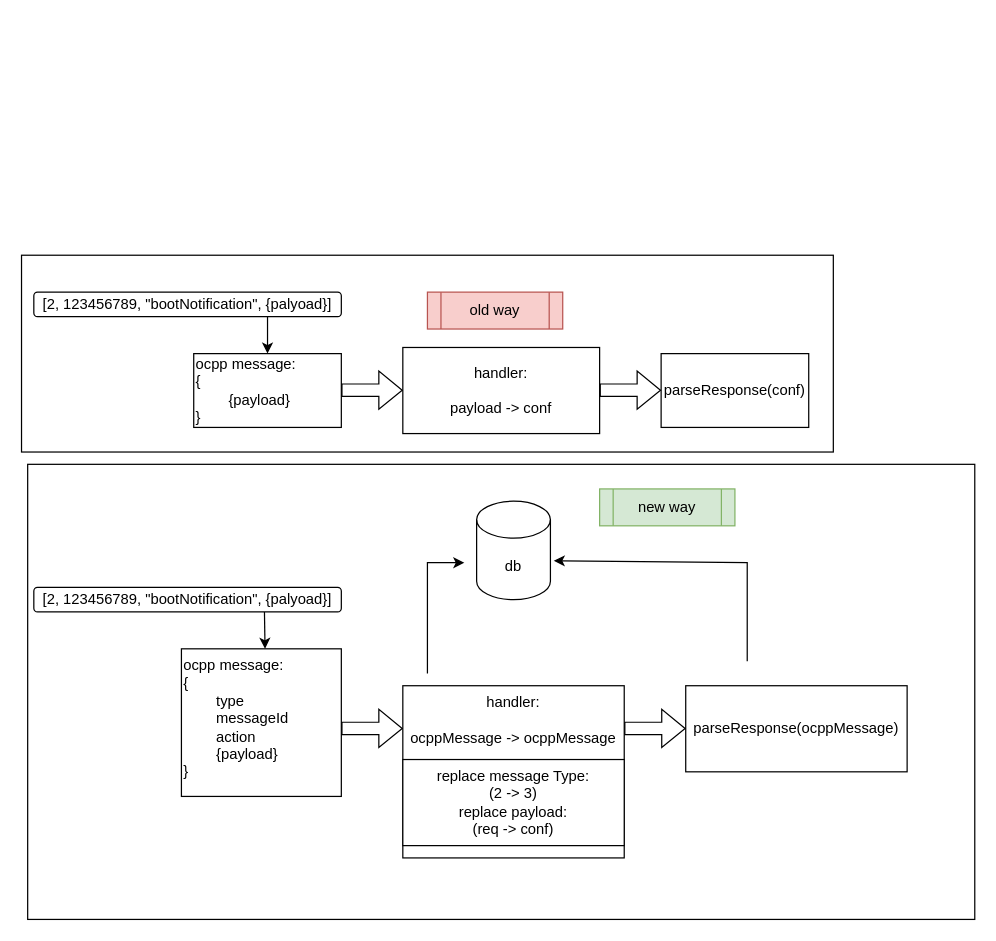
Before: ocppRefactor.drawio in stefanszeke/diargrams_io, a draw.io diagram. Source tidied: cells renumbered, new cells numbered last; positions are measured from the earlier drawing's top-left corner, leaving out a move shared by most shapes. Both pictures are drawn from the tidied source at 123%, with x=0, y=0 at pixel (21, 255).
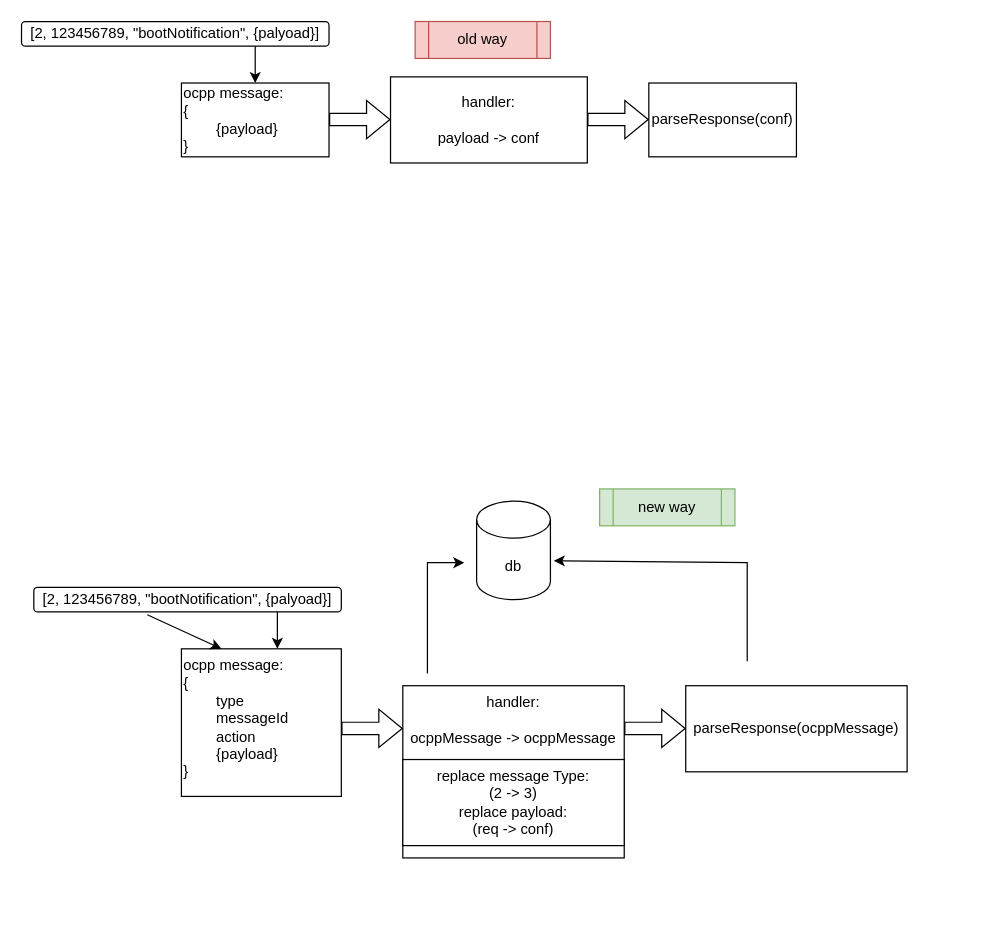
The same page after the edit.

Unchanged cells that the change refers to:
```xml
<mxCell id="5" value="ocpp message:&lt;br&gt;&lt;div&gt;{&lt;/div&gt;&lt;div&gt;&lt;span style=&quot;white-space: pre;&quot;&gt;&#9;&lt;/span&gt;type&lt;/div&gt;&lt;div&gt;&lt;span style=&quot;white-space: pre;&quot;&gt;&#9;&lt;/span&gt;messageId&lt;/div&gt;&lt;div&gt;&lt;span style=&quot;white-space: pre;&quot;&gt;&#9;&lt;/span&gt;action&lt;/div&gt;&lt;div&gt;&lt;span style=&quot;white-space: pre;&quot;&gt;&#9;&lt;/span&gt;{payload}&lt;br&gt;&lt;/div&gt;&lt;div&gt;&lt;div&gt;}&lt;br&gt;&lt;/div&gt;&lt;br&gt;&lt;/div&gt;" style="rounded=0;whiteSpace=wrap;html=1;align=left;horizontal=1;verticalAlign=top;" parent="1" vertex="1">
  <mxGeometry x="130" y="320" width="130" height="120" as="geometry" />
</mxCell>
<mxCell id="7" value="[2, 123456789, &quot;bootNotification&quot;, {palyoad}]" style="rounded=1;whiteSpace=wrap;html=1;" parent="1" vertex="1">
  <mxGeometry x="10" y="270" width="250" height="20" as="geometry" />
</mxCell>
```

Change to the diagram source:
```diff
@@
-    <mxCell id="2" style="rounded=0;whiteSpace=wrap;html=1;fillColor=none;strokeColor=default;" parent="1" vertex="1">
-      <mxGeometry width="660" height="160" as="geometry" />
-    </mxCell>
-    <mxCell id="3" style="rounded=0;whiteSpace=wrap;html=1;fillColor=none;strokeColor=default;" parent="1" vertex="1">
-      <mxGeometry x="5" y="170" width="770" height="370" as="geometry" />
-    </mxCell>
     <mxCell id="4" value="&lt;div align=&quot;left&quot;&gt;ocpp message:&lt;/div&gt;&lt;div align=&quot;left&quot;&gt;{&lt;/div&gt;&lt;div align=&quot;left&quot;&gt;&lt;span style=&quot;white-space: pre;&quot;&gt;&#9;&lt;/span&gt;{payload}&lt;/div&gt;&lt;div align=&quot;left&quot;&gt;}&lt;br&gt;&lt;/div&gt;" style="rounded=0;whiteSpace=wrap;html=1;align=left;" parent="1" vertex="1">
-      <mxGeometry x="140" y="80" width="120" height="60" as="geometry" />
+      <mxGeometry x="130" y="-140" width="120" height="60" as="geometry" />
     </mxCell>
@@
     <mxCell id="6" value="[2, 123456789, &quot;bootNotification&quot;, {palyoad}]" style="rounded=1;whiteSpace=wrap;html=1;" parent="1" vertex="1">
-      <mxGeometry x="10" y="30" width="250" height="20" as="geometry" />
+      <mxGeometry y="-190" width="250" height="20" as="geometry" />
     </mxCell>
@@
-    <mxCell id="8" style="endArrow=classic;html=1;rounded=0;exitX=0.75;exitY=1;exitDx=0;exitDy=0;" parent="1" edge="1" source="7">
-      <mxGeometry relative="1" as="geometry">
-        <mxPoint x="198" y="320" as="targetPoint" />
-      </mxGeometry>
+    <mxCell id="8" style="endArrow=classic;html=1;rounded=0;exitX=0.369;exitY=1.117;exitDx=0;exitDy=0;exitPerimeter=0;entryX=0.25;entryY=0;entryDx=0;entryDy=0;" parent="1" edge="1" source="7" target="5">
+      <mxGeometry relative="1" as="geometry" />
     </mxCell>
     <mxCell id="9" style="endArrow=classic;html=1;rounded=0;entryX=0.5;entryY=0;entryDx=0;entryDy=0;" parent="1" edge="1" target="4">
       <mxGeometry relative="1" as="geometry">
-        <mxPoint x="200" y="50" as="sourcePoint" />
+        <mxPoint x="190" y="-170" as="sourcePoint" />
       </mxGeometry>
     </mxCell>
     <mxCell id="10" value="handler:&lt;br&gt;&lt;br&gt;payload -&amp;gt; conf" style="rounded=0;whiteSpace=wrap;html=1;" parent="1" vertex="1">
-      <mxGeometry x="310" y="75" width="160" height="70" as="geometry" />
+      <mxGeometry x="300" y="-145" width="160" height="70" as="geometry" />
     </mxCell>
@@
     <mxCell id="12" value="parseResponse(conf)" style="rounded=0;whiteSpace=wrap;html=1;" parent="1" vertex="1">
-      <mxGeometry x="520" y="80" width="120" height="60" as="geometry" />
+      <mxGeometry x="510" y="-140" width="120" height="60" as="geometry" />
     </mxCell>
@@
     <mxCell id="20" style="shape=flexArrow;endArrow=classic;html=1;rounded=0;" parent="1" edge="1">
       <mxGeometry relative="1" as="geometry">
-        <mxPoint x="260" y="109.7" as="sourcePoint" />
-        <mxPoint x="310" y="109.7" as="targetPoint" />
+        <mxPoint x="250" y="-110.3" as="sourcePoint" />
+        <mxPoint x="300" y="-110.3" as="targetPoint" />
       </mxGeometry>
     </mxCell>
     <mxCell id="21" style="shape=flexArrow;endArrow=classic;html=1;rounded=0;" parent="1" edge="1">
       <mxGeometry relative="1" as="geometry">
-        <mxPoint x="470" y="109.7" as="sourcePoint" />
-        <mxPoint x="520" y="109.7" as="targetPoint" />
+        <mxPoint x="460" y="-110.3" as="sourcePoint" />
+        <mxPoint x="510" y="-110.3" as="targetPoint" />
       </mxGeometry>
     </mxCell>
     <mxCell id="22" value="old way" style="shape=process;whiteSpace=wrap;html=1;backgroundOutline=1;fillColor=#f8cecc;strokeColor=#b85450;" parent="1" vertex="1">
-      <mxGeometry x="330" y="30" width="110" height="30" as="geometry" />
+      <mxGeometry x="320" y="-190" width="110" height="30" as="geometry" />
     </mxCell>
@@
+    <mxCell id="24" style="endArrow=classic;html=1;rounded=0;exitX=0.75;exitY=1;exitDx=0;exitDy=0;" parent="1" edge="1">
+      <mxGeometry relative="1" as="geometry">
+        <mxPoint x="208" y="290" as="sourcePoint" />
+        <mxPoint x="208" y="320" as="targetPoint" />
+      </mxGeometry>
+    </mxCell>
```
